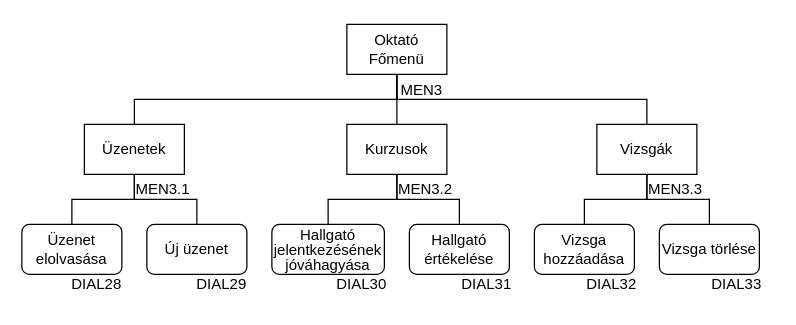
Above: ssadm/Menütervek/oktato_menuterv.drawio in SzoDavid/murica (draw.io), before the change. Source tidied: cells renumbered, new cells numbered last; positions are measured from the earlier drawing's top-left corner, leaving out a move shared by most shapes. Both pictures are drawn from the tidied source at 125%, with x=0, y=0 at pixel (21, 24).
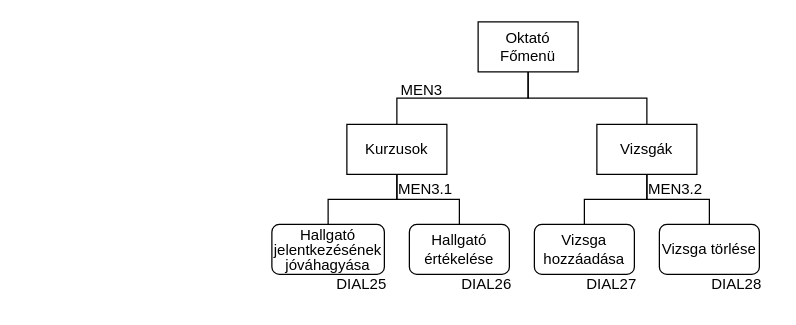
The same page after the edit.

Change to the diagram source:
```diff
@@
     <mxCell id="2" value="Oktató Főmenü" style="rounded=0;whiteSpace=wrap;html=1;" parent="1" vertex="1">
-      <mxGeometry x="260" width="80" height="40" as="geometry" />
+      <mxGeometry x="365" y="-2" width="80" height="40" as="geometry" />
     </mxCell>
-    <mxCell id="3" value="Üzenetek" style="rounded=0;whiteSpace=wrap;html=1;" parent="1" vertex="1">
-      <mxGeometry x="50" y="80" width="80" height="40" as="geometry" />
-    </mxCell>
-    <mxCell id="4" value="Új üzenet" style="rounded=1;whiteSpace=wrap;html=1;" parent="1" vertex="1">
-      <mxGeometry x="100" y="160" width="80" height="40" as="geometry" />
-    </mxCell>
-    <mxCell id="5" value="Üzenet elolvasása" style="rounded=1;whiteSpace=wrap;html=1;" parent="1" vertex="1">
-      <mxGeometry y="160" width="80" height="40" as="geometry" />
-    </mxCell>
-    <mxCell id="6" style="endArrow=none;html=1;rounded=0;edgeStyle=elbowEdgeStyle;elbow=vertical;exitX=0.5;exitY=0;exitDx=0;exitDy=0;entryX=0.5;entryY=1;entryDx=0;entryDy=0;" parent="1" edge="1" source="5" target="3">
-      <mxGeometry relative="1" as="geometry" />
-    </mxCell>
-    <mxCell id="7" style="endArrow=none;html=1;rounded=0;edgeStyle=elbowEdgeStyle;entryX=0.5;entryY=1;entryDx=0;entryDy=0;exitX=0.5;exitY=0;exitDx=0;exitDy=0;elbow=vertical;" parent="1" edge="1" source="4" target="3">
-      <mxGeometry relative="1" as="geometry" />
-    </mxCell>
@@
-    <mxCell id="18" style="endArrow=none;html=1;rounded=0;fontSize=12;elbow=vertical;entryX=0.5;entryY=1;entryDx=0;entryDy=0;exitX=0.5;exitY=0;exitDx=0;exitDy=0;edgeStyle=elbowEdgeStyle;" parent="1" edge="1" source="3" target="2">
-      <mxGeometry relative="1" as="geometry" />
-    </mxCell>
@@
-    <mxCell id="22" value="MEN3.1" style="text;html=1;strokeColor=none;fillColor=none;align=center;verticalAlign=middle;whiteSpace=wrap;rounded=0;" parent="1" vertex="1">
-      <mxGeometry x="83" y="117" width="60" height="30" as="geometry" />
-    </mxCell>
-    <mxCell id="23" value="MEN3.2" style="text;html=1;strokeColor=none;fillColor=none;align=center;verticalAlign=middle;whiteSpace=wrap;rounded=0;" parent="1" vertex="1">
+    <mxCell id="23" value="MEN3.1" style="text;html=1;strokeColor=none;fillColor=none;align=center;verticalAlign=middle;whiteSpace=wrap;rounded=0;" parent="1" vertex="1">
       <mxGeometry x="293" y="117" width="60" height="30" as="geometry" />
     </mxCell>
-    <mxCell id="24" value="MEN3.3" style="text;html=1;strokeColor=none;fillColor=none;align=center;verticalAlign=middle;whiteSpace=wrap;rounded=0;" parent="1" vertex="1">
+    <mxCell id="24" value="MEN3.2" style="text;html=1;strokeColor=none;fillColor=none;align=center;verticalAlign=middle;whiteSpace=wrap;rounded=0;" parent="1" vertex="1">
       <mxGeometry x="493" y="117" width="60" height="30" as="geometry" />
     </mxCell>
-    <mxCell id="25" value="DIAL28" style="text;html=1;strokeColor=none;fillColor=none;align=center;verticalAlign=middle;whiteSpace=wrap;rounded=0;" parent="1" vertex="1">
-      <mxGeometry x="30" y="193" width="60" height="30" as="geometry" />
-    </mxCell>
-    <mxCell id="26" value="DIAL29" style="text;html=1;strokeColor=none;fillColor=none;align=center;verticalAlign=middle;whiteSpace=wrap;rounded=0;" parent="1" vertex="1">
-      <mxGeometry x="130" y="193" width="60" height="30" as="geometry" />
-    </mxCell>
-    <mxCell id="27" value="DIAL30" style="text;html=1;strokeColor=none;fillColor=none;align=center;verticalAlign=middle;whiteSpace=wrap;rounded=0;" parent="1" vertex="1">
+    <mxCell id="27" value="DIAL25" style="text;html=1;strokeColor=none;fillColor=none;align=center;verticalAlign=middle;whiteSpace=wrap;rounded=0;" parent="1" vertex="1">
       <mxGeometry x="242" y="193" width="60" height="30" as="geometry" />
     </mxCell>
-    <mxCell id="28" value="DIAL31" style="text;html=1;strokeColor=none;fillColor=none;align=center;verticalAlign=middle;whiteSpace=wrap;rounded=0;" parent="1" vertex="1">
+    <mxCell id="28" value="DIAL26" style="text;html=1;strokeColor=none;fillColor=none;align=center;verticalAlign=middle;whiteSpace=wrap;rounded=0;" parent="1" vertex="1">
       <mxGeometry x="342" y="193" width="60" height="30" as="geometry" />
     </mxCell>
-    <mxCell id="29" value="DIAL32" style="text;html=1;strokeColor=none;fillColor=none;align=center;verticalAlign=middle;whiteSpace=wrap;rounded=0;" parent="1" vertex="1">
+    <mxCell id="29" value="DIAL27" style="text;html=1;strokeColor=none;fillColor=none;align=center;verticalAlign=middle;whiteSpace=wrap;rounded=0;" parent="1" vertex="1">
       <mxGeometry x="442" y="193" width="60" height="30" as="geometry" />
     </mxCell>
-    <mxCell id="30" value="DIAL33" style="text;html=1;strokeColor=none;fillColor=none;align=center;verticalAlign=middle;whiteSpace=wrap;rounded=0;" parent="1" vertex="1">
+    <mxCell id="30" value="DIAL28" style="text;html=1;strokeColor=none;fillColor=none;align=center;verticalAlign=middle;whiteSpace=wrap;rounded=0;" parent="1" vertex="1">
       <mxGeometry x="542" y="193" width="60" height="30" as="geometry" />
     </mxCell>
```
